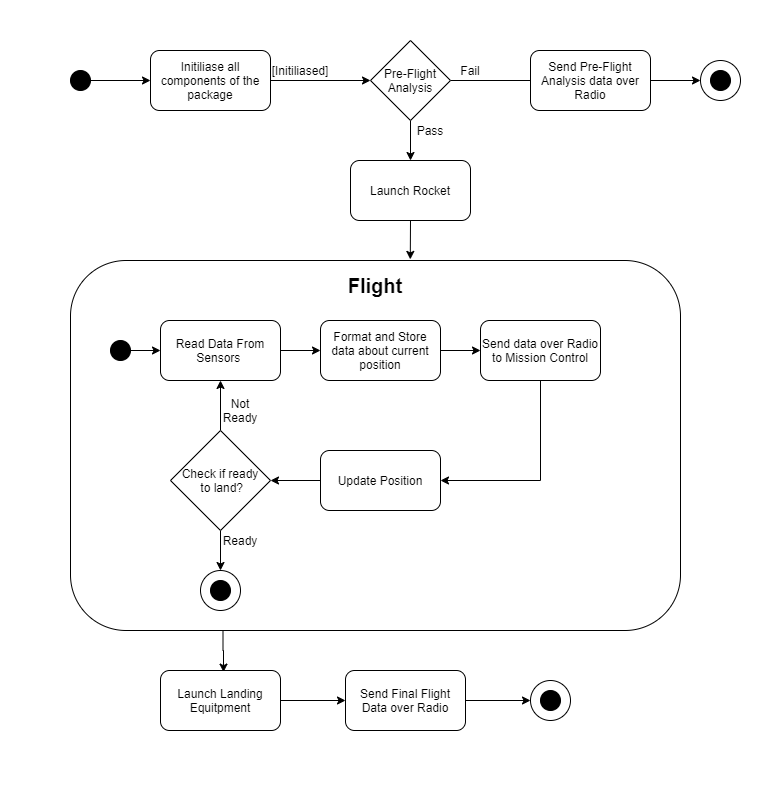
The draw.io diagram architecture_design/software_architecture/process-4.3.png in scottzach1/Project-Beans, before a commit. Source tidied: cells renumbered, new cells last; positions are measured from the earlier drawing's top-left corner, leaving out a move shared by most shapes.
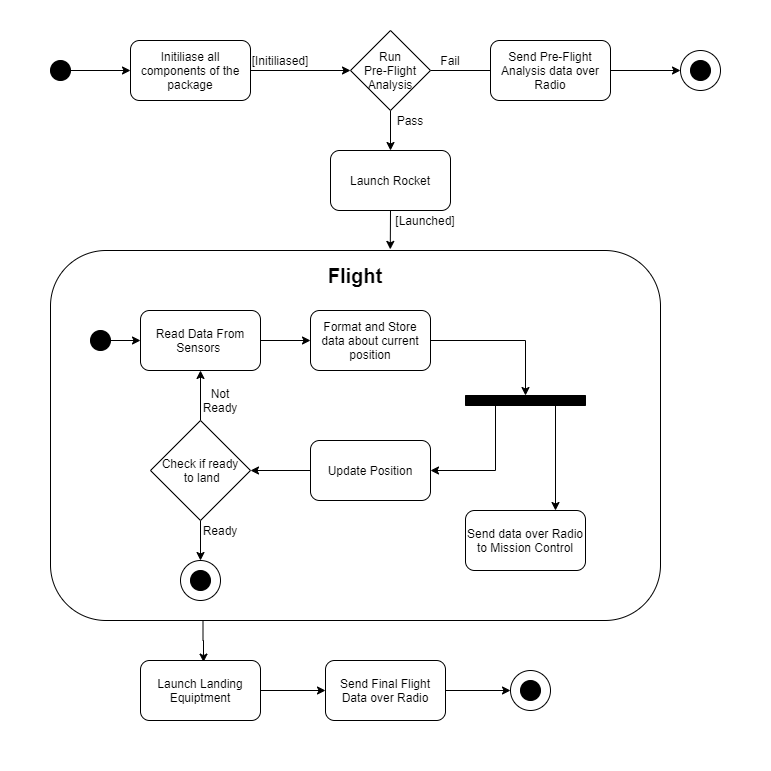
The same file after the commit.

Commit message:
Updated diagram. Added Error Propgation concern.

What changed in the source:
```diff
@@ -2,9 +2,9 @@
   <root>
     <mxCell id="0" />
     <mxCell id="1" parent="0" />
-    <mxCell id="2" style="rounded=0;whiteSpace=wrap;html=1;fillColor=#FFFFFF;strokeColor=none;" parent="1" vertex="1">
-      <mxGeometry width="780" height="800" as="geometry" />
-    </mxCell>
+    <mxCell id="49" style="rounded=0;whiteSpace=wrap;html=1;fillColor=#FFFFFF;strokeColor=none;" parent="1" vertex="1">
+      <mxGeometry x="20" y="10" width="770" height="770" as="geometry" />
+    </mxCell>
     <mxCell id="3" style="edgeStyle=orthogonalEdgeStyle;rounded=0;jettySize=auto;html=1;exitX=0.25;exitY=1;exitDx=0;exitDy=0;entryX=0.525;entryY=0.027;entryDx=0;entryDy=0;entryPerimeter=0;" parent="1" edge="1" source="4" target="32">
       <mxGeometry relative="1" as="geometry" />
     </mxCell>
@@ -45,7 +45,7 @@
     <mxCell id="14" value="&lt;b&gt;&lt;font style=&quot;font-size: 20px&quot;&gt;Flight&lt;/font&gt;&lt;/b&gt;" style="text;html=1;strokeColor=none;fillColor=none;align=center;verticalAlign=middle;whiteSpace=wrap;rounded=0;" parent="1" vertex="1">
       <mxGeometry x="345" y="270" width="60" height="30" as="geometry" />
     </mxCell>
-    <mxCell id="15" value="Pre-Flight Analysis" style="rhombus;whiteSpace=wrap;html=1;fillColor=#FFFFFF;" parent="1" vertex="1">
+    <mxCell id="15" value="Run&lt;br&gt;Pre-Flight Analysis" style="rhombus;whiteSpace=wrap;html=1;fillColor=#FFFFFF;" parent="1" vertex="1">
       <mxGeometry x="370" y="40" width="80" height="80" as="geometry" />
     </mxCell>
     <mxCell id="16" style="group;" parent="1" vertex="1">
@@ -76,13 +76,13 @@
       <mxGeometry relative="1" as="geometry" />
     </mxCell>
     <mxCell id="25" value="Update Position" style="rounded=1;whiteSpace=wrap;html=1;fillColor=#FFFFFF;" parent="1" vertex="1">
-      <mxGeometry x="320" y="450" width="120" height="60" as="geometry" />
+      <mxGeometry x="330" y="450" width="120" height="60" as="geometry" />
     </mxCell>
-    <mxCell id="26" style="edgeStyle=orthogonalEdgeStyle;rounded=0;jettySize=auto;html=1;" parent="1" edge="1" source="27" target="34">
-      <mxGeometry relative="1" as="geometry" />
-    </mxCell>
+    <mxCell id="50" style="edgeStyle=orthogonalEdgeStyle;rounded=0;jettySize=auto;html=1;entryX=0;entryY=0.5;entryDx=0;entryDy=0;" parent="1" edge="1" source="27" target="53">
+      <mxGeometry relative="1" as="geometry" />
+    </mxCell>
     <mxCell id="27" value="Format and Store data about current position" style="rounded=1;whiteSpace=wrap;html=1;fillColor=#FFFFFF;" parent="1" vertex="1">
-      <mxGeometry x="320" y="320" width="120" height="60" as="geometry" />
+      <mxGeometry x="330" y="320" width="120" height="60" as="geometry" />
     </mxCell>
     <mxCell id="28" style="edgeStyle=orthogonalEdgeStyle;rounded=0;jettySize=auto;html=1;exitX=0.5;exitY=0;exitDx=0;exitDy=0;entryX=0.5;entryY=1;entryDx=0;entryDy=0;" parent="1" edge="1" source="30" target="23">
       <mxGeometry relative="1" as="geometry" />
@@ -90,20 +90,17 @@
     <mxCell id="29" style="edgeStyle=orthogonalEdgeStyle;rounded=0;jettySize=auto;html=1;entryX=0.5;entryY=0;entryDx=0;entryDy=0;" parent="1" edge="1" source="30" target="41">
       <mxGeometry relative="1" as="geometry" />
     </mxCell>
-    <mxCell id="30" value="&amp;nbsp; &amp;nbsp;Check if ready&amp;nbsp; &amp;nbsp; &amp;nbsp;to land?" style="rhombus;whiteSpace=wrap;html=1;fillColor=#FFFFFF;" parent="1" vertex="1">
+    <mxCell id="30" value="&amp;nbsp; &amp;nbsp;Check if ready&amp;nbsp; &amp;nbsp; &amp;nbsp;to land" style="rhombus;whiteSpace=wrap;html=1;fillColor=#FFFFFF;" parent="1" vertex="1">
       <mxGeometry x="170" y="430" width="100" height="100" as="geometry" />
     </mxCell>
     <mxCell id="31" style="edgeStyle=orthogonalEdgeStyle;rounded=0;jettySize=auto;html=1;" parent="1" edge="1" source="32" target="36">
       <mxGeometry relative="1" as="geometry" />
     </mxCell>
-    <mxCell id="32" value="Launch Landing Equitpment" style="rounded=1;whiteSpace=wrap;html=1;fillColor=#FFFFFF;" parent="1" vertex="1">
+    <mxCell id="32" value="Launch Landing Equiptment" style="rounded=1;whiteSpace=wrap;html=1;fillColor=#FFFFFF;" parent="1" vertex="1">
       <mxGeometry x="160" y="670" width="120" height="60" as="geometry" />
     </mxCell>
-    <mxCell id="33" style="edgeStyle=orthogonalEdgeStyle;rounded=0;jettySize=auto;html=1;exitX=0.5;exitY=1;exitDx=0;exitDy=0;entryX=1;entryY=0.5;entryDx=0;entryDy=0;" parent="1" edge="1" source="34" target="25">
-      <mxGeometry relative="1" as="geometry" />
-    </mxCell>
     <mxCell id="34" value="Send data over Radio to Mission Control" style="rounded=1;whiteSpace=wrap;html=1;fillColor=#FFFFFF;" parent="1" vertex="1">
-      <mxGeometry x="480" y="320" width="120" height="60" as="geometry" />
+      <mxGeometry x="485" y="520" width="120" height="60" as="geometry" />
     </mxCell>
     <mxCell id="35" style="edgeStyle=orthogonalEdgeStyle;rounded=0;jettySize=auto;html=1;" parent="1" edge="1" source="36">
       <mxGeometry relative="1" as="geometry">
@@ -119,7 +116,7 @@
       </mxGeometry>
     </mxCell>
     <mxCell id="38" value="Send Pre-Flight Analysis data over Radio" style="rounded=1;whiteSpace=wrap;html=1;fillColor=#FFFFFF;" parent="1" vertex="1">
-      <mxGeometry x="530" y="50" width="120" height="60" as="geometry" />
+      <mxGeometry x="510" y="50" width="120" height="60" as="geometry" />
     </mxCell>
     <mxCell id="39" style="group;" parent="1" vertex="1">
       <mxGeometry x="200" y="570" width="40" height="40" as="geometry" />
@@ -151,5 +148,17 @@
     <mxCell id="48" value="Not Ready" style="text;html=1;strokeColor=none;fillColor=none;align=center;verticalAlign=middle;whiteSpace=wrap;rounded=0;" parent="1" vertex="1">
       <mxGeometry x="220" y="400" width="40" height="20" as="geometry" />
     </mxCell>
+    <mxCell id="51" style="edgeStyle=orthogonalEdgeStyle;rounded=0;jettySize=auto;html=1;exitX=1;exitY=0.25;exitDx=0;exitDy=0;entryX=0.75;entryY=0;entryDx=0;entryDy=0;" parent="1" edge="1" source="53" target="34">
+      <mxGeometry relative="1" as="geometry" />
+    </mxCell>
+    <mxCell id="52" style="edgeStyle=orthogonalEdgeStyle;rounded=0;jettySize=auto;html=1;exitX=1;exitY=0.75;exitDx=0;exitDy=0;entryX=1;entryY=0.5;entryDx=0;entryDy=0;" parent="1" edge="1" source="53" target="25">
+      <mxGeometry relative="1" as="geometry" />
+    </mxCell>
+    <mxCell id="53" style="rounded=0;whiteSpace=wrap;html=1;fillColor=#000000;rotation=90;" parent="1" vertex="1">
+      <mxGeometry x="540" y="350" width="10" height="120" as="geometry" />
+    </mxCell>
+    <mxCell id="54" value="[Launched]" style="text;html=1;strokeColor=none;fillColor=none;align=center;verticalAlign=middle;whiteSpace=wrap;rounded=0;" parent="1" vertex="1">
+      <mxGeometry x="425" y="220" width="40" height="20" as="geometry" />
+    </mxCell>
   </root>
 </mxGraphModel>
```
